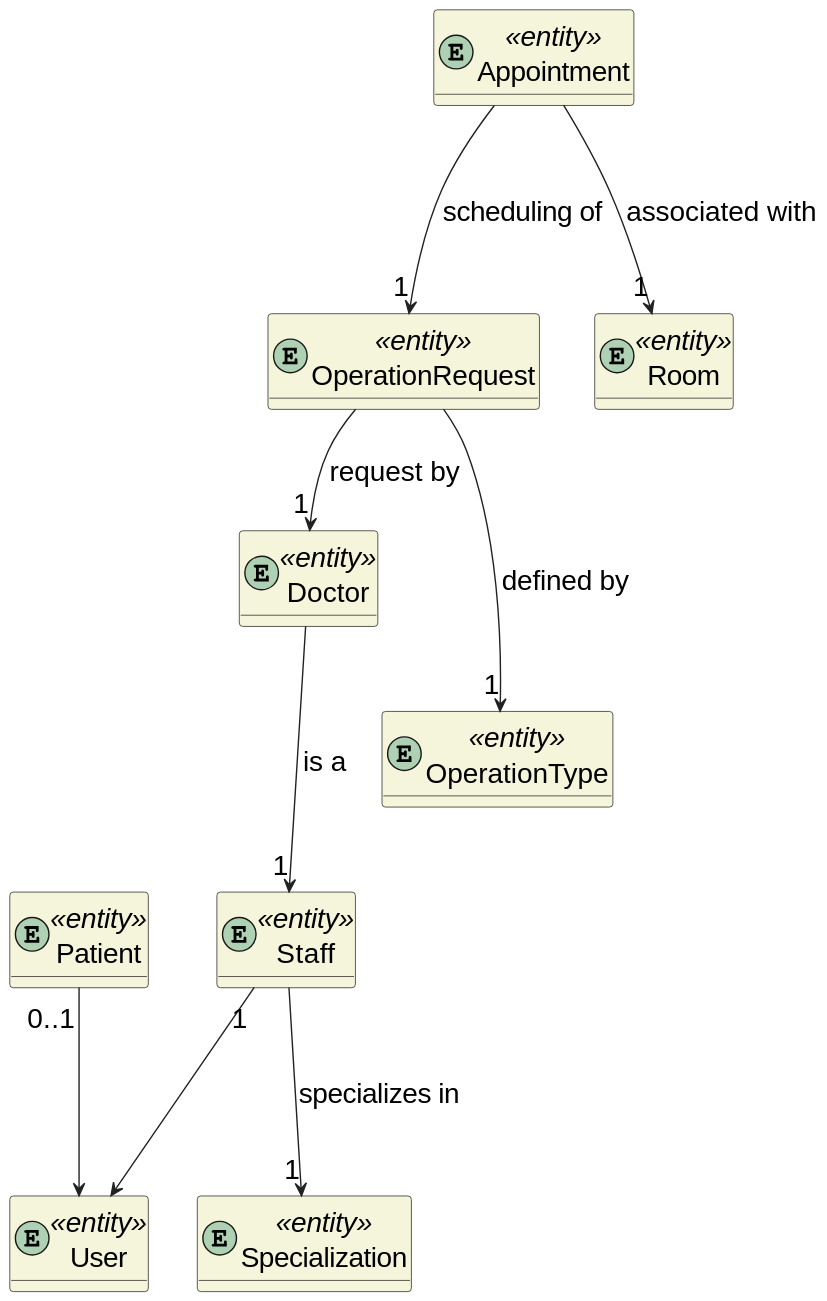
This is docs/sprint-1/team-decisions/domain-model/domain-model-simplification.svg from rita-barbosa/LAPR5-2425, a PlantUML export, as it was before one commit. Source of this version:
```plantuml
@startuml
skinparamlocked defaultFontSize 20

skinparam classAttributeIconSize 0
hide empty attributes
skinparam classBackgroundColor beige
skinparam ArrowColor #222222


entity User  <<entity>>{}
entity Staff <<entity>>{}
entity Patient  <<entity>>{}
entity Doctor <<entity>>{}
entity Appointment <<entity>>{}
entity OperationRequest <<entity>>{}
entity OperationType <<entity>> {}
entity Room <<entity>>{}
entity Specialization <<entity>> {}



User <-up-- "1" Staff
User <-up-- "0..1" Patient
Doctor ---> "1" Staff : is a
Staff ---> "1" Specialization : specializes in
OperationRequest --> "1" Doctor : request by
Appointment ---> "1" OperationRequest : scheduling of
OperationRequest ---> "1" OperationType : defined by
Appointment ---> "1" Room : associated with
@enduml
```
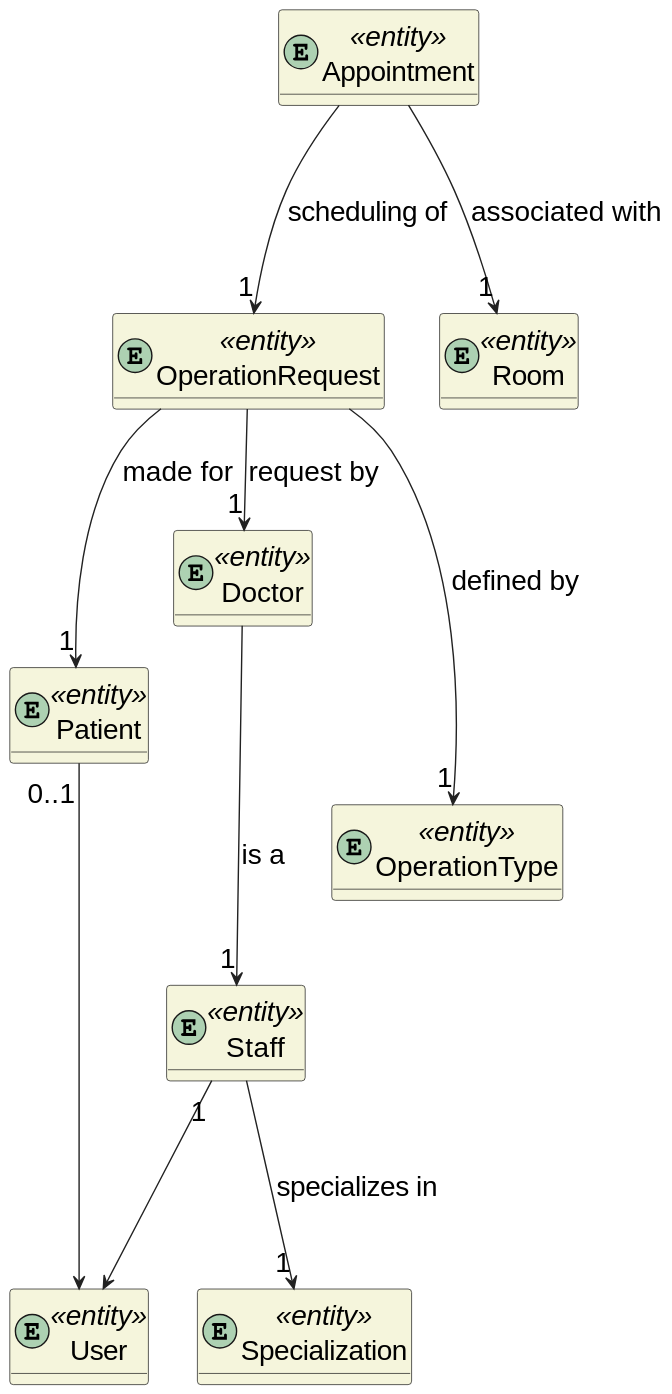
The same file after the commit.

Commit message:
DG38-194 | docs: updaes domain model to reflect client clarifications.

What changed in the source:
```diff
@@ -24,6 +24,7 @@
 Doctor ---> "1" Staff : is a
 Staff ---> "1" Specialization : specializes in
 OperationRequest --> "1" Doctor : request by
+OperationRequest --> "1" Patient : made for
 Appointment ---> "1" OperationRequest : scheduling of
 OperationRequest ---> "1" OperationType : defined by
 Appointment ---> "1" Room : associated with
```
